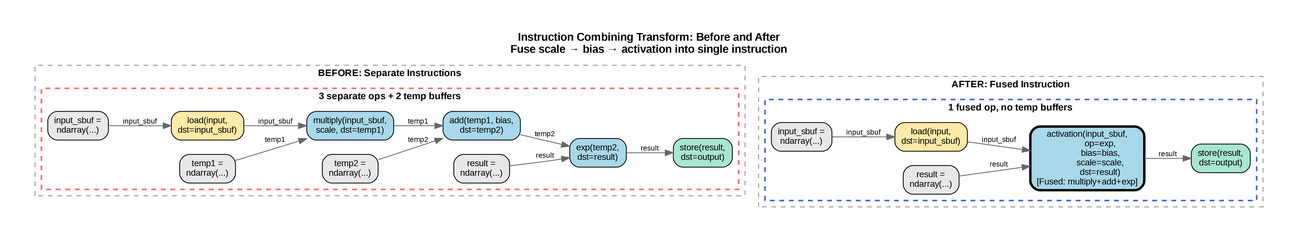
Earlier version of the Graphviz export design/figures/matmul_compute_graph_instruction_combining.png (awslabs/nki-autotune). Its source is kept beside it as design/dot_scripts/matmul_compute_graph_instruction_combining.dot.
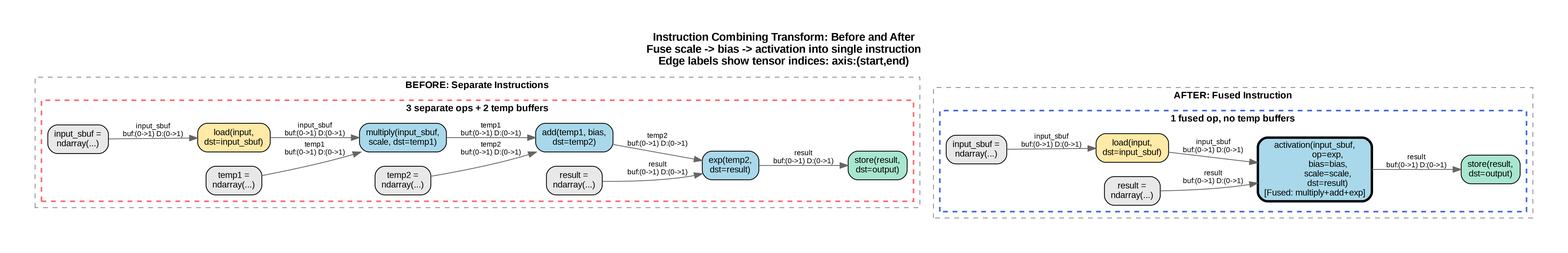
Later version of the same file.

The edit, as a diff of the source:
```diff
@@ -7,7 +7,7 @@
     node [fontname="Arial", fontsize=11, style="filled,rounded", shape=box];
     edge [fontname="Arial", fontsize=9];
 
-    label="Instruction Combining Transform: Before and After\nFuse scale → bias → activation into single instruction";
+    label="Instruction Combining Transform: Before and After\nFuse scale -> bias -> activation into single instruction\nEdge labels show tensor indices: axis:(start,end)";
     labelloc="t";
     fontsize=14;
     fontname="Arial Bold";
@@ -36,14 +36,14 @@
 
             store_sep [label="store(result,\ndst=output)", fillcolor="#A8E6CF"];
 
-            alloc_input_sep -> load_sep [label="input_sbuf", color="#666666"];
-            alloc_temp1_sep -> multiply_sep [label="temp1", color="#666666"];
-            alloc_temp2_sep -> add_sep [label="temp2", color="#666666"];
-            alloc_result_sep -> exp_sep [label="result", color="#666666"];
-            load_sep -> multiply_sep [label="input_sbuf", color="#666666"];
-            multiply_sep -> add_sep [label="temp1", color="#666666"];
-            add_sep -> exp_sep [label="temp2", color="#666666"];
-            exp_sep -> store_sep [label="result", color="#666666"];
+            alloc_input_sep -> load_sep [label="input_sbuf\nbuf:(0->1) D:(0->1)", color="#666666"];
+            alloc_temp1_sep -> multiply_sep [label="temp1\nbuf:(0->1) D:(0->1)", color="#666666"];
+            alloc_temp2_sep -> add_sep [label="temp2\nbuf:(0->1) D:(0->1)", color="#666666"];
+            alloc_result_sep -> exp_sep [label="result\nbuf:(0->1) D:(0->1)", color="#666666"];
+            load_sep -> multiply_sep [label="input_sbuf\nbuf:(0->1) D:(0->1)", color="#666666"];
+            multiply_sep -> add_sep [label="temp1\nbuf:(0->1) D:(0->1)", color="#666666"];
+            add_sep -> exp_sep [label="temp2\nbuf:(0->1) D:(0->1)", color="#666666"];
+            exp_sep -> store_sep [label="result\nbuf:(0->1) D:(0->1)", color="#666666"];
         }
     }
 
@@ -68,10 +68,10 @@
 
             store_comb [label="store(result,\ndst=output)", fillcolor="#A8E6CF"];
 
-            alloc_input_comb -> load_comb [label="input_sbuf", color="#666666"];
-            alloc_result_comb -> activation_comb [label="result", color="#666666"];
-            load_comb -> activation_comb [label="input_sbuf", color="#666666"];
-            activation_comb -> store_comb [label="result", color="#666666"];
+            alloc_input_comb -> load_comb [label="input_sbuf\nbuf:(0->1) D:(0->1)", color="#666666"];
+            alloc_result_comb -> activation_comb [label="result\nbuf:(0->1) D:(0->1)", color="#666666"];
+            load_comb -> activation_comb [label="input_sbuf\nbuf:(0->1) D:(0->1)", color="#666666"];
+            activation_comb -> store_comb [label="result\nbuf:(0->1) D:(0->1)", color="#666666"];
         }
     }
 
```
